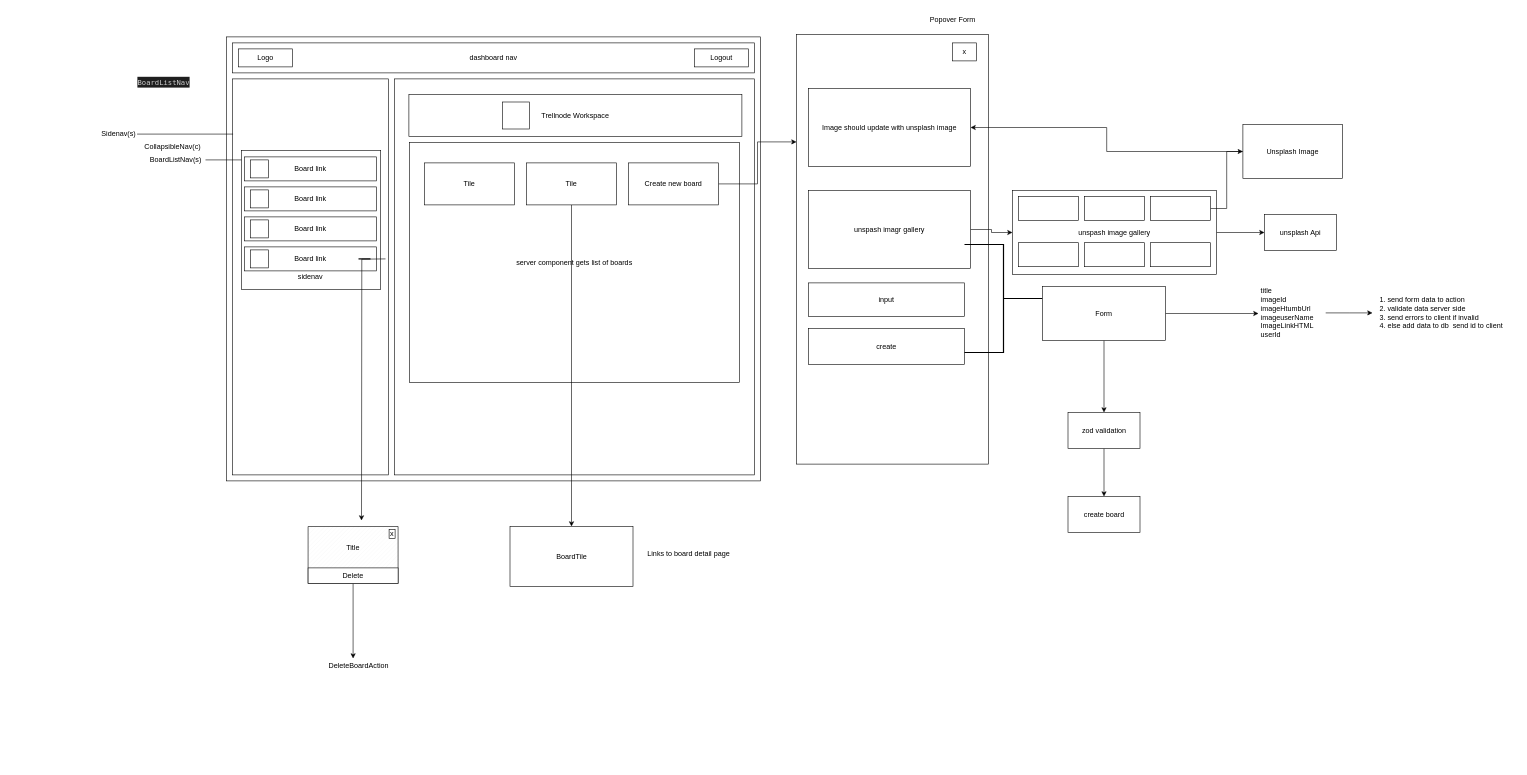
Before: page "Boards Page" (3 of 4) of public/Untitled Diagram.drawio in eric-nichols-nyc/trellnode, a draw.io diagram. Source tidied: cells renumbered, new cells numbered last; positions are measured from the earlier drawing's top-left corner, leaving out a move shared by most shapes. Both pictures are drawn from the tidied source at 60%, with x=0, y=0 at pixel (94, 10).
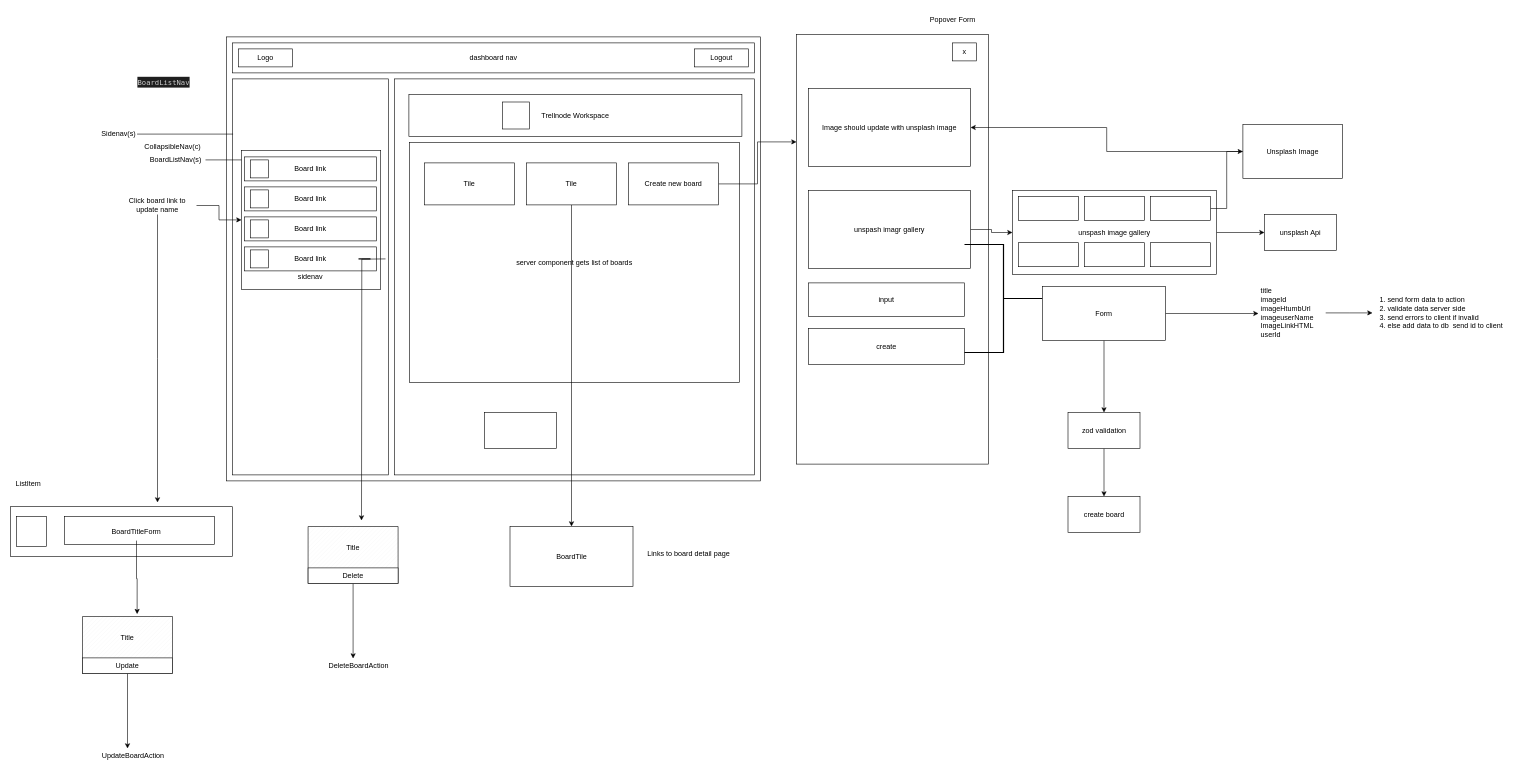
After the change.

Unchanged cells that the change refers to:
```xml
<mxCell id="56" style="group;" parent="1" vertex="1">
  <mxGeometry x="356" y="860" width="150" height="95" as="geometry" />
</mxCell>
<mxCell id="64" style="whiteSpace=wrap;html=1;fillColor=none;" parent="1" vertex="1">
  <mxGeometry x="245" y="233" width="232" height="232" as="geometry" />
</mxCell>
```

What changed in the source:
```diff
@@
-    <mxCell id="60" value="x" style="rounded=0;whiteSpace=wrap;html=1;" parent="56" vertex="1">
-      <mxGeometry x="135" y="5" width="10" height="15" as="geometry" />
-    </mxCell>
@@
+    <mxCell id="72" style="edgeStyle=orthogonalEdgeStyle;rounded=0;jettySize=auto;html=1;" parent="1" edge="1" source="74" target="64">
+      <mxGeometry relative="1" as="geometry" />
+    </mxCell>
+    <mxCell id="73" style="edgeStyle=orthogonalEdgeStyle;rounded=0;jettySize=auto;html=1;" parent="1" edge="1" source="74">
+      <mxGeometry relative="1" as="geometry">
+        <mxPoint x="105" y="820" as="targetPoint" />
+      </mxGeometry>
+    </mxCell>
+    <mxCell id="74" value="Click board link to update name" style="text;html=1;strokeColor=none;fillColor=none;align=center;verticalAlign=middle;whiteSpace=wrap;rounded=0;" parent="1" vertex="1">
+      <mxGeometry x="40" y="310" width="130" height="30" as="geometry" />
+    </mxCell>
+    <mxCell id="75" style="group;" parent="1" vertex="1">
+      <mxGeometry x="-20" y="1010" width="150" height="95" as="geometry" />
+    </mxCell>
+    <mxCell id="76" style="verticalLabelPosition=bottom;verticalAlign=top;html=1;shape=mxgraph.basic.patternFillRect;fillStyle=diag;step=5;fillStrokeWidth=0.2;fillStrokeColor=#dddddd;" parent="75" vertex="1">
+      <mxGeometry width="150" height="95" as="geometry" />
+    </mxCell>
+    <mxCell id="77" style="edgeStyle=orthogonalEdgeStyle;rounded=0;jettySize=auto;html=1;" parent="75" edge="1" source="78">
+      <mxGeometry relative="1" as="geometry">
+        <mxPoint x="75" y="220" as="targetPoint" />
+      </mxGeometry>
+    </mxCell>
+    <mxCell id="78" value="Update" style="rounded=0;whiteSpace=wrap;html=1;" parent="75" vertex="1">
+      <mxGeometry y="69" width="150" height="26" as="geometry" />
+    </mxCell>
+    <mxCell id="79" value="Title" style="text;html=1;strokeColor=none;fillColor=none;align=center;verticalAlign=middle;whiteSpace=wrap;rounded=0;" parent="75" vertex="1">
+      <mxGeometry x="45" y="20" width="60" height="30" as="geometry" />
+    </mxCell>
+    <mxCell id="80" value="UpdateBoardAction" style="text;html=1;align=center;verticalAlign=middle;strokeColor=none;fillColor=none;" parent="1" vertex="1">
+      <mxGeometry x="-1" y="1228" width="130" height="30" as="geometry" />
+    </mxCell>
+    <mxCell id="81" style="rounded=0;whiteSpace=wrap;html=1;" parent="1" vertex="1">
+      <mxGeometry x="-140" y="827" width="370" height="83" as="geometry" />
+    </mxCell>
+    <mxCell id="82" style="whiteSpace=wrap;html=1;" parent="1" vertex="1">
+      <mxGeometry x="-130" y="843.5" width="50" height="50" as="geometry" />
+    </mxCell>
+    <mxCell id="83" value="ListItem" style="text;html=1;strokeColor=none;fillColor=none;align=center;verticalAlign=middle;whiteSpace=wrap;rounded=0;" parent="1" vertex="1">
+      <mxGeometry x="-140" y="774" width="60" height="30" as="geometry" />
+    </mxCell>
+    <mxCell id="84" style="rounded=0;whiteSpace=wrap;html=1;" parent="1" vertex="1">
+      <mxGeometry x="650" y="670" width="120" height="60" as="geometry" />
+    </mxCell>
+    <mxCell id="85" style="rounded=0;whiteSpace=wrap;html=1;" parent="1" vertex="1">
+      <mxGeometry x="-50" y="843.5" width="250" height="46.5" as="geometry" />
+    </mxCell>
+    <mxCell id="86" value="BoardTitleForm" style="text;html=1;strokeColor=none;fillColor=none;align=center;verticalAlign=middle;whiteSpace=wrap;rounded=0;" parent="1" vertex="1">
+      <mxGeometry x="40" y="853.5" width="60" height="30" as="geometry" />
+    </mxCell>
+    <mxCell id="87" style="edgeStyle=orthogonalEdgeStyle;rounded=0;jettySize=auto;html=1;exitX=0.5;exitY=1;exitDx=0;exitDy=0;entryX=0.607;entryY=-0.042;entryDx=0;entryDy=0;entryPerimeter=0;" parent="1" edge="1" source="86" target="76">
+      <mxGeometry relative="1" as="geometry" />
+    </mxCell>
```
